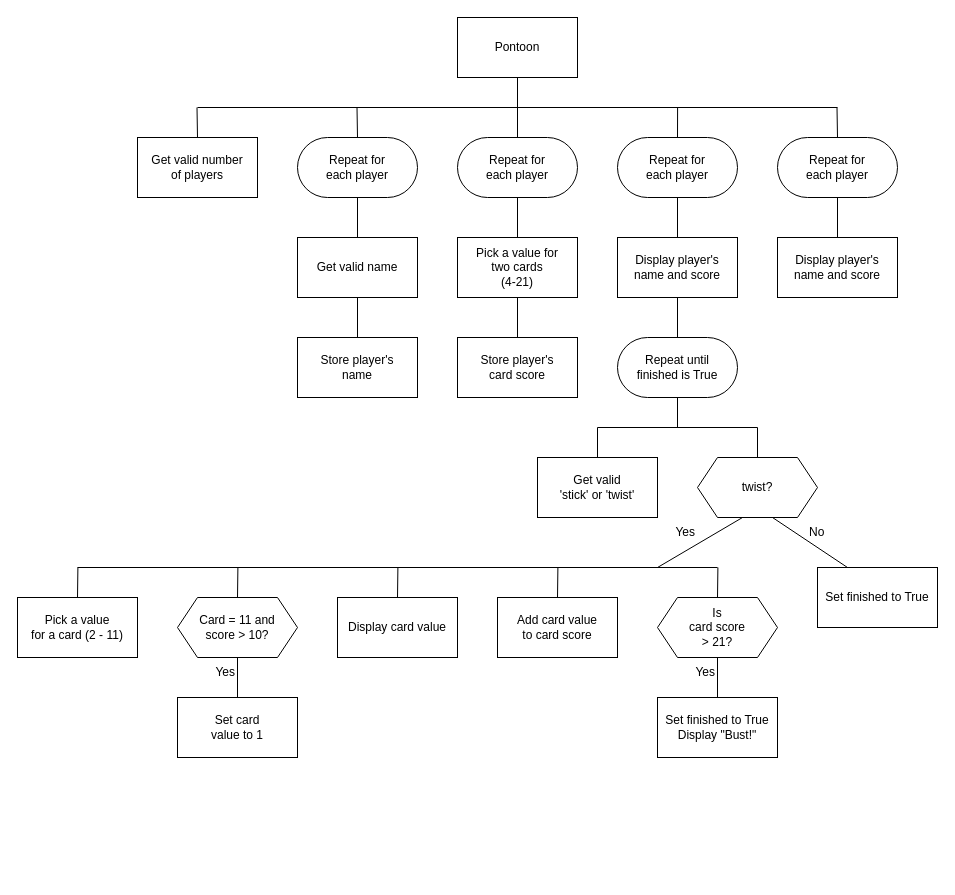
Above: n5-cs/sdd/N5-SDD-Pontoon/assets/N5-SDD-Pontoon.drawio in MrFriendCS/MrFriendCS.github.io (draw.io), before the change. Source tidied: cells renumbered, new cells numbered last; positions are measured from the earlier drawing's top-left corner, leaving out a move shared by most shapes. Both pictures are drawn from the tidied source at 100%, with x=0, y=0 at pixel (17, 17).
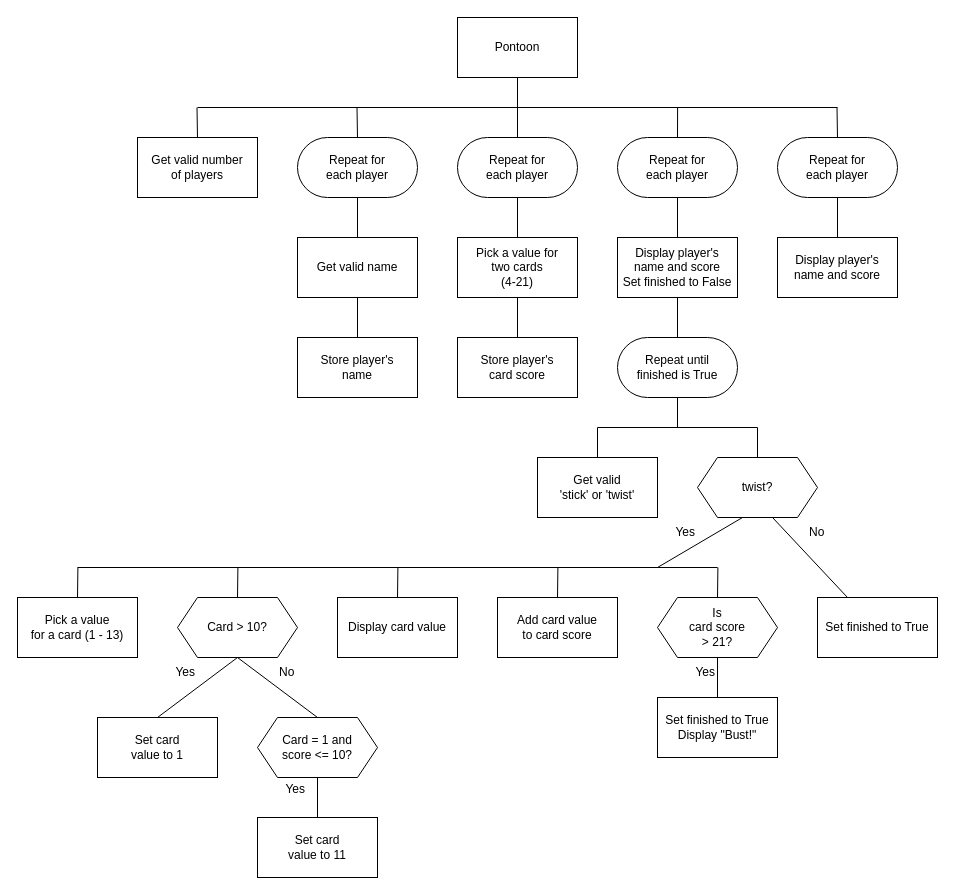
Above is the later version.

What changed in the source:
```diff
@@
-    <mxCell id="21" value="Display player's&lt;br&gt;name and score" style="rounded=0;whiteSpace=wrap;html=1;" parent="1" vertex="1">
+    <mxCell id="21" value="Display player's&lt;br&gt;name and score&lt;div&gt;Set finished to False&lt;/div&gt;" style="rounded=0;whiteSpace=wrap;html=1;" parent="1" vertex="1">
       <mxGeometry x="600" y="220" width="120" height="60" as="geometry" />
     </mxCell>
@@
-    <mxCell id="33" value="Pick a value&lt;br&gt;for a card (2 - 11)" style="rounded=0;whiteSpace=wrap;html=1;" parent="1" vertex="1">
+    <mxCell id="33" value="Pick a value&lt;br&gt;for a card (1 - 13)" style="rounded=0;whiteSpace=wrap;html=1;" parent="1" vertex="1">
       <mxGeometry y="580" width="120" height="60" as="geometry" />
     </mxCell>
@@
+    <mxCell id="56" style="rounded=0;jettySize=auto;html=1;exitX=0.5;exitY=1;exitDx=0;exitDy=0;entryX=0.5;entryY=0;entryDx=0;entryDy=0;endArrow=none;endFill=0;" parent="1" edge="1" source="36" target="58">
+      <mxGeometry relative="1" as="geometry" />
+    </mxCell>
-    <mxCell id="36" value="Card = 11 and&lt;br&gt;score &amp;gt; 10?" style="shape=hexagon;perimeter=hexagonPerimeter2;whiteSpace=wrap;html=1;fixedSize=1;" parent="1" vertex="1">
+    <mxCell id="36" value="Card &amp;gt; 10?" style="shape=hexagon;perimeter=hexagonPerimeter2;whiteSpace=wrap;html=1;fixedSize=1;" parent="1" vertex="1">
       <mxGeometry x="160" y="580" width="120" height="60" as="geometry" />
     </mxCell>
     <mxCell id="37" value="Set card&lt;br&gt;value to 1" style="rounded=0;whiteSpace=wrap;html=1;" parent="1" vertex="1">
-      <mxGeometry x="160" y="680" width="120" height="60" as="geometry" />
+      <mxGeometry x="80" y="700" width="120" height="60" as="geometry" />
     </mxCell>
@@
     <mxCell id="51" value="Yes" style="text;html=1;align=right;verticalAlign=middle;whiteSpace=wrap;rounded=0;" parent="1" vertex="1">
-      <mxGeometry x="180" y="640" width="40" height="30" as="geometry" />
+      <mxGeometry x="140" y="640" width="40" height="30" as="geometry" />
     </mxCell>
@@
     <mxCell id="54" value="Set finished to True" style="rounded=0;whiteSpace=wrap;html=1;" parent="1" vertex="1">
-      <mxGeometry x="800" y="550" width="120" height="60" as="geometry" />
+      <mxGeometry x="800" y="580" width="120" height="60" as="geometry" />
     </mxCell>
@@
+    <mxCell id="57" style="edgeStyle=orthogonalEdgeStyle;rounded=0;jettySize=auto;html=1;exitX=0.5;exitY=1;exitDx=0;exitDy=0;entryX=0.5;entryY=0;entryDx=0;entryDy=0;endArrow=none;endFill=0;" parent="1" edge="1" source="58" target="59">
+      <mxGeometry relative="1" as="geometry" />
+    </mxCell>
+    <mxCell id="58" value="Card = 1 and&lt;br&gt;score &amp;lt;= 10?" style="shape=hexagon;perimeter=hexagonPerimeter2;whiteSpace=wrap;html=1;fixedSize=1;" parent="1" vertex="1">
+      <mxGeometry x="240" y="700" width="120" height="60" as="geometry" />
+    </mxCell>
+    <mxCell id="59" value="Set card&lt;br&gt;value to 11" style="rounded=0;whiteSpace=wrap;html=1;" parent="1" vertex="1">
+      <mxGeometry x="240" y="800" width="120" height="60" as="geometry" />
+    </mxCell>
+    <mxCell id="60" value="No" style="text;html=1;align=left;verticalAlign=middle;whiteSpace=wrap;rounded=0;" parent="1" vertex="1">
+      <mxGeometry x="260" y="640" width="40" height="30" as="geometry" />
+    </mxCell>
+    <mxCell id="61" value="Yes" style="text;html=1;align=right;verticalAlign=middle;whiteSpace=wrap;rounded=0;" parent="1" vertex="1">
+      <mxGeometry x="250" y="757" width="40" height="30" as="geometry" />
+    </mxCell>
```
